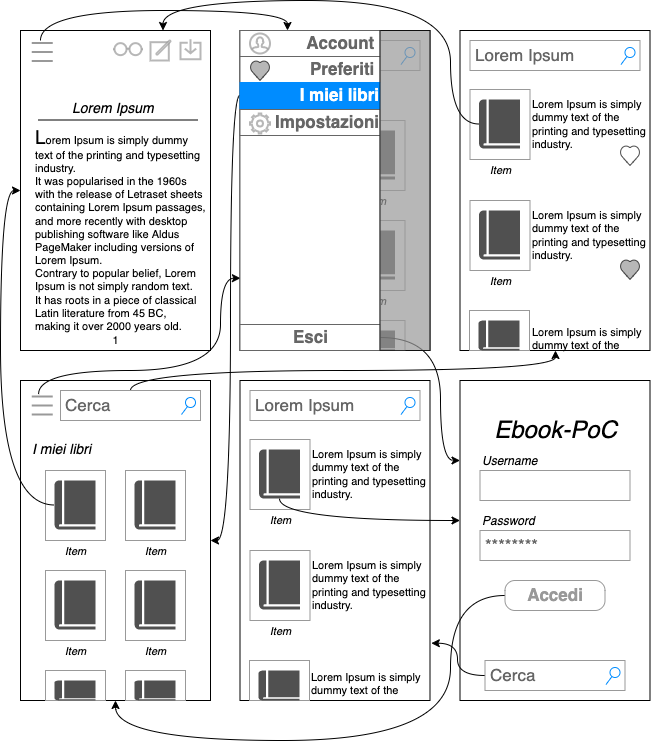
Above: img/tesi-14-mockup1.drawio.png in paganellif/tesi-paganelli (draw.io), before the change. Source tidied: cells renumbered, new cells last; positions are measured from the earlier drawing's top-left corner, leaving out a move shared by most shapes.
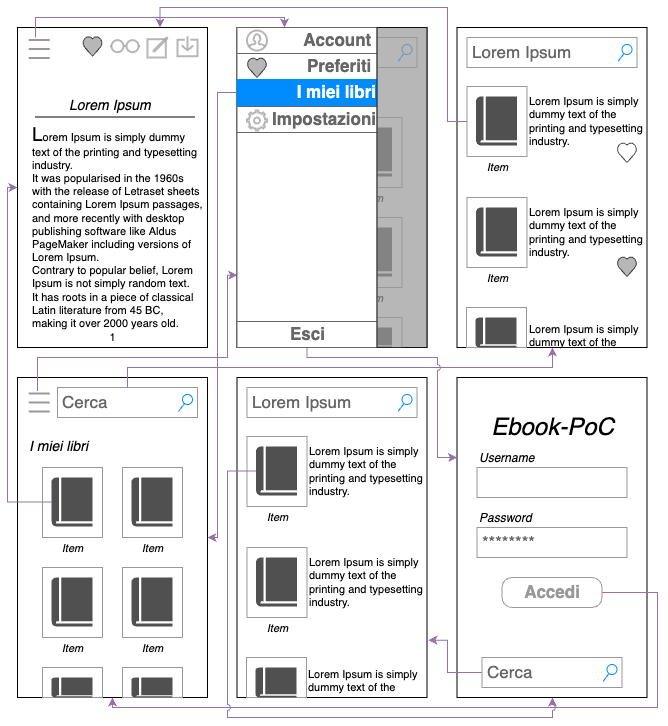
Later version of the same file.

What changed in the source:
```diff
@@ -26,12 +26,12 @@
     <mxCell id="9" value="&lt;i&gt;Password&lt;/i&gt;" style="text;html=1;align=left;verticalAlign=bottom;strokeColor=none;fillColor=none;" parent="1" vertex="1">
       <mxGeometry x="479.5" y="500" width="80" height="30" as="geometry" />
     </mxCell>
-    <mxCell id="10" style="edgeStyle=orthogonalEdgeStyle;curved=1;rounded=0;jettySize=auto;html=1;fontSize=19;fontColor=#000000;entryX=0.5;entryY=1;entryDx=0;entryDy=0;" parent="1" edge="1" source="11" target="4">
+    <mxCell id="10" style="edgeStyle=orthogonalEdgeStyle;rounded=0;jettySize=auto;html=1;fontSize=19;fontColor=#000000;entryX=0.5;entryY=1;entryDx=0;entryDy=0;fillColor=#e1d5e7;strokeColor=#9673a6;" parent="1" edge="1" source="11" target="4">
       <mxGeometry relative="1" as="geometry">
         <Array as="points">
-          <mxPoint x="450" y="595" />
-          <mxPoint x="450" y="740" />
-          <mxPoint x="115" y="740" />
+          <mxPoint x="660" y="595" />
+          <mxPoint x="660" y="710" />
+          <mxPoint x="115" y="710" />
         </Array>
       </mxGeometry>
     </mxCell>
@@ -41,7 +41,7 @@
     <mxCell id="12" value="&lt;font size=&quot;1&quot; style=&quot;&quot;&gt;&lt;i style=&quot;font-size: 24px;&quot;&gt;Ebook-PoC&lt;/i&gt;&lt;/font&gt;" style="text;html=1;align=center;verticalAlign=middle;strokeColor=none;fillColor=none;fontColor=#000000;" parent="1" vertex="1">
       <mxGeometry x="479.5" y="410" width="150" height="40" as="geometry" />
     </mxCell>
-    <mxCell id="13" style="edgeStyle=orthogonalEdgeStyle;curved=1;rounded=0;jettySize=auto;html=1;fontSize=19;fontColor=#000000;" parent="1" edge="1" source="14" target="69">
+    <mxCell id="13" style="edgeStyle=orthogonalEdgeStyle;rounded=0;jettySize=auto;html=1;fontSize=19;fontColor=#000000;fillColor=#e1d5e7;strokeColor=#9673a6;" parent="1" edge="1" source="14" target="69">
       <mxGeometry relative="1" as="geometry">
         <Array as="points">
           <mxPoint x="130" y="370" />
@@ -52,12 +52,12 @@
     <mxCell id="14" value="Cerca" style="strokeWidth=1;shadow=0;dashed=0;align=center;html=1;shape=mxgraph.mockup.forms.searchBox;strokeColor=#999999;mainText=;strokeColor2=#008cff;fontColor=#666666;fontSize=17;align=left;spacingLeft=3;fillColor=#FFFFFF;" parent="1" vertex="1">
       <mxGeometry x="60" y="390" width="140" height="30" as="geometry" />
     </mxCell>
-    <mxCell id="15" style="edgeStyle=orthogonalEdgeStyle;curved=1;rounded=0;jettySize=auto;html=1;fontSize=19;fontColor=#000000;entryX=0.003;entryY=0.774;entryDx=0;entryDy=0;entryPerimeter=0;" parent="1" edge="1" source="16" target="59">
+    <mxCell id="15" style="edgeStyle=orthogonalEdgeStyle;rounded=0;jettySize=auto;html=1;fontSize=19;fontColor=#000000;entryX=0.003;entryY=0.774;entryDx=0;entryDy=0;entryPerimeter=0;fillColor=#e1d5e7;strokeColor=#9673a6;jumpStyle=arc;" parent="1" edge="1" source="16" target="59">
       <mxGeometry relative="1" as="geometry">
         <Array as="points">
-          <mxPoint x="38" y="370" />
-          <mxPoint x="220" y="370" />
-          <mxPoint x="220" y="278" />
+          <mxPoint x="40" y="360" />
+          <mxPoint x="230" y="360" />
+          <mxPoint x="230" y="278" />
         </Array>
       </mxGeometry>
     </mxCell>
@@ -73,11 +73,11 @@
     <mxCell id="19" value="&lt;i&gt;&lt;font color=&quot;#000000&quot;&gt;Item&lt;/font&gt;&lt;/i&gt;" style="text;html=1;align=center;verticalAlign=bottom;strokeColor=none;fillColor=none;fontSize=11;fontColor=#999999;" parent="1" vertex="1">
       <mxGeometry x="55" y="530" width="40" height="30" as="geometry" />
     </mxCell>
-    <mxCell id="20" style="edgeStyle=orthogonalEdgeStyle;curved=1;rounded=0;jettySize=auto;html=1;fontSize=19;fontColor=#000000;entryX=0;entryY=0.5;entryDx=0;entryDy=0;" parent="1" edge="1" source="21" target="2">
+    <mxCell id="20" style="edgeStyle=orthogonalEdgeStyle;rounded=0;jettySize=auto;html=1;fontSize=19;fontColor=#000000;entryX=0;entryY=0.5;entryDx=0;entryDy=0;fillColor=#e1d5e7;strokeColor=#9673a6;" parent="1" edge="1" source="21" target="2">
       <mxGeometry relative="1" as="geometry">
         <Array as="points">
-          <mxPoint y="505" />
-          <mxPoint y="190" />
+          <mxPoint x="10" y="505" />
+          <mxPoint x="10" y="190" />
         </Array>
       </mxGeometry>
     </mxCell>
@@ -123,8 +123,13 @@
     <mxCell id="34" style="sketch=0;shadow=0;dashed=0;html=1;strokeColor=none;fillColor=#505050;labelPosition=center;verticalLabelPosition=bottom;verticalAlign=top;align=center;shape=mxgraph.office.concepts.book_journal;fontSize=11;fontColor=#000000;" parent="1" vertex="1">
       <mxGeometry x="134" y="680" width="41" height="20" as="geometry" />
     </mxCell>
-    <mxCell id="35" style="edgeStyle=orthogonalEdgeStyle;curved=1;rounded=0;jettySize=auto;html=1;fontSize=19;fontColor=#000000;entryX=1.007;entryY=0.821;entryDx=0;entryDy=0;entryPerimeter=0;" parent="1" edge="1" source="36" target="84">
-      <mxGeometry relative="1" as="geometry" />
+    <mxCell id="35" style="edgeStyle=orthogonalEdgeStyle;rounded=0;jettySize=auto;html=1;fontSize=19;fontColor=#000000;entryX=1.007;entryY=0.821;entryDx=0;entryDy=0;entryPerimeter=0;fillColor=#e1d5e7;strokeColor=#9673a6;" parent="1" edge="1" source="36" target="84">
+      <mxGeometry relative="1" as="geometry">
+        <Array as="points">
+          <mxPoint x="450" y="675" />
+          <mxPoint x="450" y="643" />
+        </Array>
+      </mxGeometry>
     </mxCell>
     <mxCell id="36" value="Cerca" style="strokeWidth=1;shadow=0;dashed=0;align=center;html=1;shape=mxgraph.mockup.forms.searchBox;strokeColor=#999999;mainText=;strokeColor2=#008cff;fontColor=#666666;fontSize=17;align=left;spacingLeft=3;fillColor=#FFFFFF;" parent="1" vertex="1">
       <mxGeometry x="484.5" y="660" width="140" height="30" as="geometry" />
@@ -189,18 +194,19 @@
     <mxCell id="56" style="sketch=0;shadow=0;dashed=0;html=1;strokeColor=none;fillColor=#505050;labelPosition=center;verticalLabelPosition=bottom;verticalAlign=top;align=center;shape=mxgraph.office.concepts.book_journal;fontSize=11;fontColor=#000000;" parent="1" vertex="1">
       <mxGeometry x="353.5" y="330" width="41" height="20" as="geometry" />
     </mxCell>
-    <mxCell id="57" style="edgeStyle=orthogonalEdgeStyle;curved=1;rounded=0;jettySize=auto;html=1;fontSize=19;fontColor=#000000;entryX=1;entryY=0.5;entryDx=0;entryDy=0;" parent="1" edge="1" source="62" target="4">
+    <mxCell id="57" style="edgeStyle=orthogonalEdgeStyle;rounded=0;jettySize=auto;html=1;fontSize=19;fontColor=#000000;entryX=1;entryY=0.5;entryDx=0;entryDy=0;fillColor=#e1d5e7;strokeColor=#9673a6;" parent="1" edge="1" source="62" target="4">
       <mxGeometry relative="1" as="geometry">
         <Array as="points">
-          <mxPoint x="230" y="95" />
-          <mxPoint x="230" y="540" />
+          <mxPoint x="220" y="95" />
+          <mxPoint x="220" y="540" />
         </Array>
       </mxGeometry>
     </mxCell>
-    <mxCell id="58" style="edgeStyle=orthogonalEdgeStyle;curved=1;rounded=0;jettySize=auto;html=1;fontSize=19;fontColor=#000000;entryX=0;entryY=0.25;entryDx=0;entryDy=0;" parent="1" edge="1" source="63" target="5">
+    <mxCell id="58" style="edgeStyle=orthogonalEdgeStyle;rounded=0;jettySize=auto;html=1;fontSize=19;fontColor=#000000;entryX=0;entryY=0.25;entryDx=0;entryDy=0;fillColor=#e1d5e7;strokeColor=#9673a6;jumpStyle=arc;" parent="1" edge="1" source="63" target="5">
       <mxGeometry relative="1" as="geometry">
         <Array as="points">
-          <mxPoint x="440" y="337" />
+          <mxPoint x="310" y="360" />
+          <mxPoint x="440" y="360" />
           <mxPoint x="440" y="460" />
         </Array>
       </mxGeometry>
@@ -253,12 +259,12 @@
     <mxCell id="72" value="&lt;i&gt;&lt;font color=&quot;#000000&quot;&gt;Item&lt;/font&gt;&lt;/i&gt;" style="text;html=1;align=center;verticalAlign=bottom;strokeColor=none;fillColor=none;fontSize=11;fontColor=#999999;" parent="1" vertex="1">
       <mxGeometry x="479.5" y="149" width="40" height="30" as="geometry" />
     </mxCell>
-    <mxCell id="73" style="edgeStyle=orthogonalEdgeStyle;curved=1;rounded=0;jettySize=auto;html=1;fontSize=19;fontColor=#000000;entryX=0.75;entryY=0;entryDx=0;entryDy=0;" parent="1" edge="1" source="74" target="2">
+    <mxCell id="73" style="edgeStyle=orthogonalEdgeStyle;rounded=0;jettySize=auto;html=1;fontSize=19;fontColor=#000000;entryX=0.75;entryY=0;entryDx=0;entryDy=0;fillColor=#e1d5e7;strokeColor=#9673a6;exitX=0;exitY=0.5;exitDx=0;exitDy=0;" parent="1" edge="1" source="71" target="2">
       <mxGeometry relative="1" as="geometry">
         <Array as="points">
           <mxPoint x="450" y="124" />
-          <mxPoint x="450" />
-          <mxPoint x="163" />
+          <mxPoint x="450" y="10" />
+          <mxPoint x="163" y="10" />
         </Array>
       </mxGeometry>
     </mxCell>
@@ -304,10 +310,12 @@
     <mxCell id="87" value="&lt;i&gt;&lt;font color=&quot;#000000&quot;&gt;Item&lt;/font&gt;&lt;/i&gt;" style="text;html=1;align=center;verticalAlign=bottom;strokeColor=none;fillColor=none;fontSize=11;fontColor=#999999;" parent="1" vertex="1">
       <mxGeometry x="259.5" y="499" width="40" height="30" as="geometry" />
     </mxCell>
-    <mxCell id="88" style="edgeStyle=orthogonalEdgeStyle;curved=1;rounded=0;jettySize=auto;html=1;fontSize=19;fontColor=#000000;" parent="1" edge="1" source="89" target="5">
+    <mxCell id="88" style="edgeStyle=orthogonalEdgeStyle;rounded=0;jettySize=auto;html=1;fontSize=19;fontColor=#000000;fillColor=#e1d5e7;strokeColor=#9673a6;jumpStyle=arc;" parent="1" edge="1" source="89" target="5">
       <mxGeometry relative="1" as="geometry">
         <Array as="points">
-          <mxPoint x="279" y="520" />
+          <mxPoint x="230" y="474" />
+          <mxPoint x="230" y="720" />
+          <mxPoint x="555" y="720" />
         </Array>
       </mxGeometry>
     </mxCell>
@@ -350,11 +358,11 @@
     <mxCell id="100" value="1" style="text;html=1;align=center;verticalAlign=middle;strokeColor=none;fillColor=none;fontSize=11;fontColor=#000000;" parent="1" vertex="1">
       <mxGeometry x="100" y="325" width="30" height="30" as="geometry" />
     </mxCell>
-    <mxCell id="101" style="edgeStyle=orthogonalEdgeStyle;curved=1;rounded=0;jettySize=auto;html=1;fontSize=19;fontColor=#000000;entryX=0.25;entryY=0;entryDx=0;entryDy=0;" parent="1" edge="1" source="102" target="37">
+    <mxCell id="101" style="edgeStyle=orthogonalEdgeStyle;rounded=0;jettySize=auto;html=1;fontSize=19;fontColor=#000000;entryX=0.25;entryY=0;entryDx=0;entryDy=0;fillColor=#e1d5e7;strokeColor=#9673a6;" parent="1" edge="1" source="102" target="37">
       <mxGeometry relative="1" as="geometry">
         <Array as="points">
-          <mxPoint x="40" y="10" />
-          <mxPoint x="287" y="10" />
+          <mxPoint x="38" y="20" />
+          <mxPoint x="287" y="20" />
         </Array>
       </mxGeometry>
     </mxCell>
@@ -373,5 +381,8 @@
     <mxCell id="106" style="html=1;verticalLabelPosition=bottom;align=center;labelBackgroundColor=#ffffff;verticalAlign=top;strokeWidth=2;strokeColor=#999999;shadow=0;dashed=0;shape=mxgraph.ios7.icons.glasses;fontSize=19;fontColor=#000000;fillColor=#FFFFFF;gradientColor=none;opacity=70;" parent="1" vertex="1">
       <mxGeometry x="112.5" y="42.6" width="30" height="12" as="geometry" />
     </mxCell>
+    <mxCell id="107" style="verticalLabelPosition=bottom;verticalAlign=top;html=1;shape=mxgraph.basic.heart;fontSize=11;fontColor=#000000;strokeColor=#000000;fillColor=#999999;gradientColor=none;opacity=70;" parent="1" vertex="1">
+      <mxGeometry x="85" y="38.6" width="20" height="20" as="geometry" />
+    </mxCell>
   </root>
 </mxGraphModel>
```
